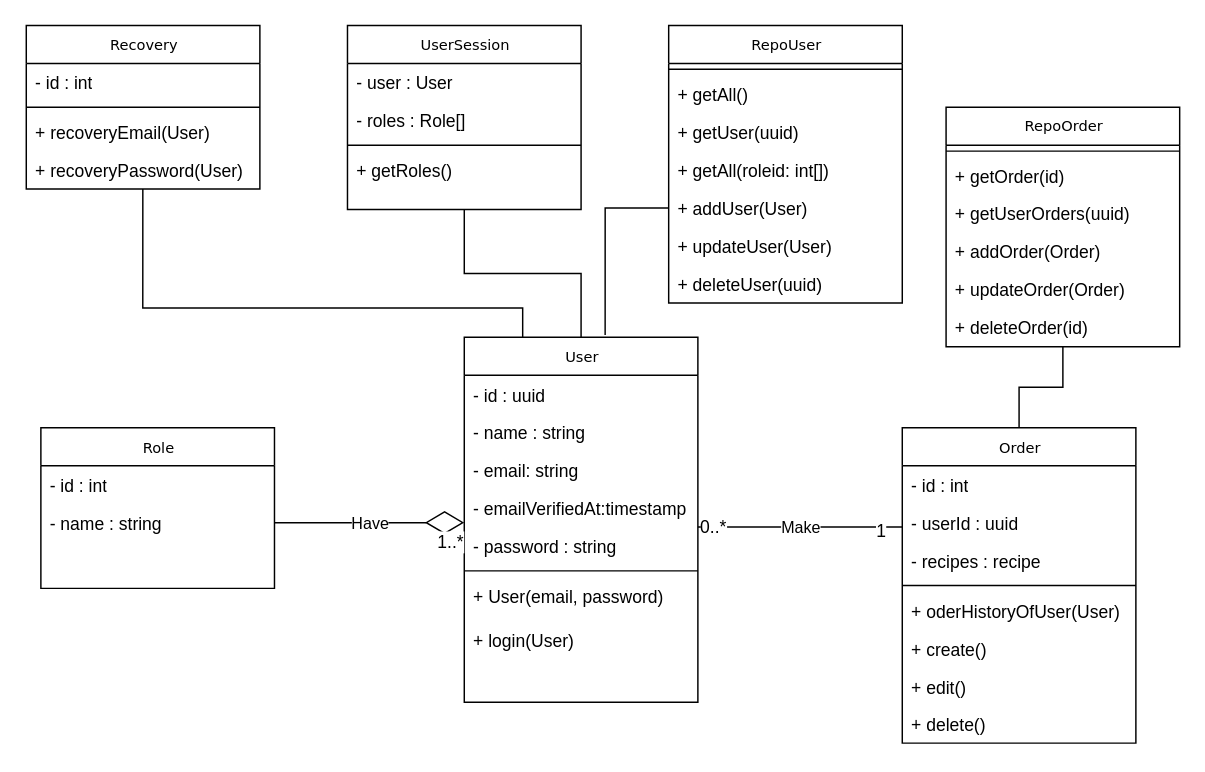
jeankhawand/MetropolyTAN keeps this draw.io diagram as page "UML" (2 of 5) of docs/assets/media/MetropolyTAN.drawio. Above is the earlier version. Source tidied: cells renumbered, new cells numbered last; positions are measured from the earlier drawing's top-left corner, leaving out a move shared by most shapes. Both pictures are drawn from the tidied source at 146%, with x=0, y=0 at pixel (26, 25).
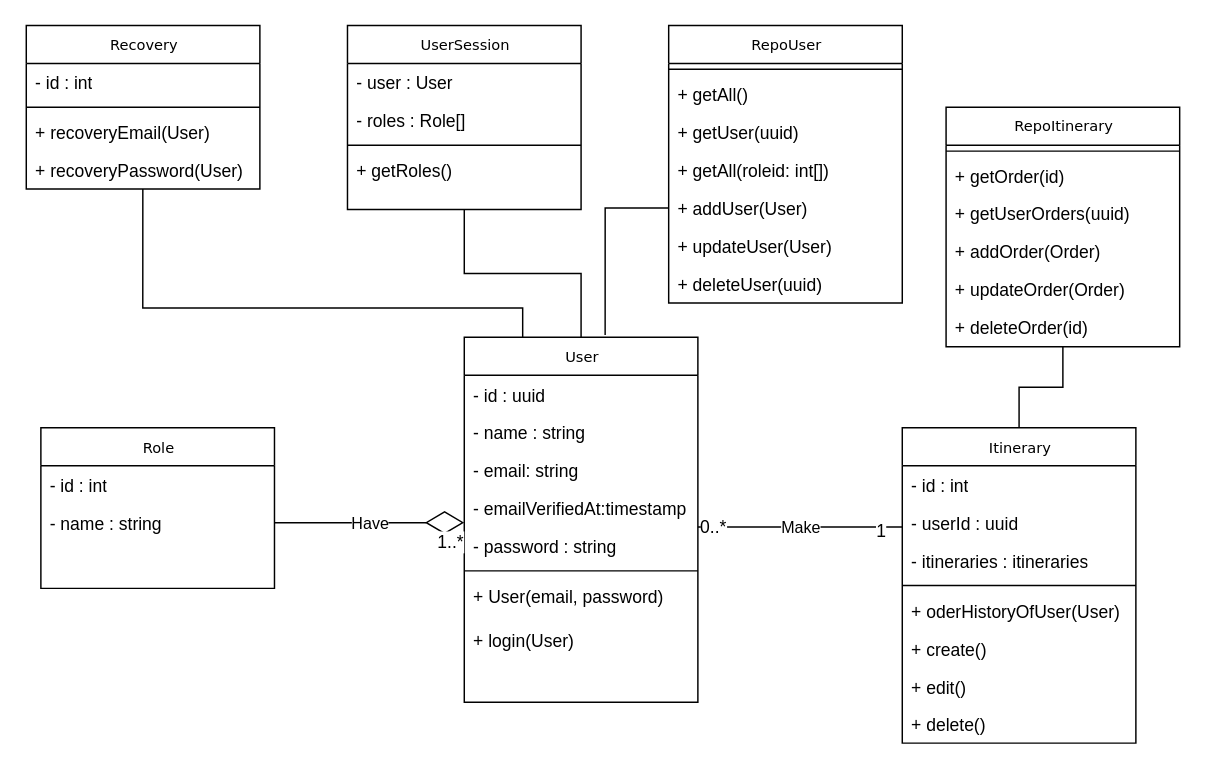
After the change.

Change to the diagram source:
```diff
@@
-    <mxCell id="28" value="Order" style="swimlane;html=1;fontStyle=0;horizontal=1;startSize=26;fillColor=none;swimlaneFillColor=#ffffff;rounded=0;shadow=0;comic=0;labelBackgroundColor=none;strokeColor=#000000;strokeWidth=1;fontFamily=Verdana;fontSize=10;fontColor=#000000;align=center;" parent="1" vertex="1">
+    <mxCell id="28" value="Itinerary" style="swimlane;html=1;fontStyle=0;horizontal=1;startSize=26;fillColor=none;swimlaneFillColor=#ffffff;rounded=0;shadow=0;comic=0;labelBackgroundColor=none;strokeColor=#000000;strokeWidth=1;fontFamily=Verdana;fontSize=10;fontColor=#000000;align=center;" parent="1" vertex="1">
       <mxGeometry x="599.5" y="275.5" width="160" height="216" as="geometry" />
     </mxCell>
@@
-    <mxCell id="31" value="- recipes : recipe" style="text;html=1;strokeColor=none;fillColor=none;align=left;verticalAlign=top;spacingLeft=4;spacingRight=4;whiteSpace=wrap;overflow=hidden;" parent="28" vertex="1">
+    <mxCell id="31" value="- itineraries : itineraries" style="text;html=1;strokeColor=none;fillColor=none;align=left;verticalAlign=top;spacingLeft=4;spacingRight=4;whiteSpace=wrap;overflow=hidden;" parent="28" vertex="1">
       <mxGeometry y="78" width="160" height="26" as="geometry" />
     </mxCell>
@@
-    <mxCell id="40" value="RepoOrder" style="swimlane;html=1;fontStyle=0;horizontal=1;startSize=26;fillColor=none;swimlaneFillColor=#ffffff;rounded=0;shadow=0;comic=0;labelBackgroundColor=none;strokeColor=#000000;strokeWidth=1;fontFamily=Verdana;fontSize=10;fontColor=#000000;align=center;" parent="1" vertex="1">
+    <mxCell id="40" value="RepoItinerary" style="swimlane;html=1;fontStyle=0;horizontal=1;startSize=26;fillColor=none;swimlaneFillColor=#ffffff;rounded=0;shadow=0;comic=0;labelBackgroundColor=none;strokeColor=#000000;strokeWidth=1;fontFamily=Verdana;fontSize=10;fontColor=#000000;align=center;" parent="1" vertex="1">
       <mxGeometry x="629.5" y="56" width="160" height="164" as="geometry" />
     </mxCell>
```
